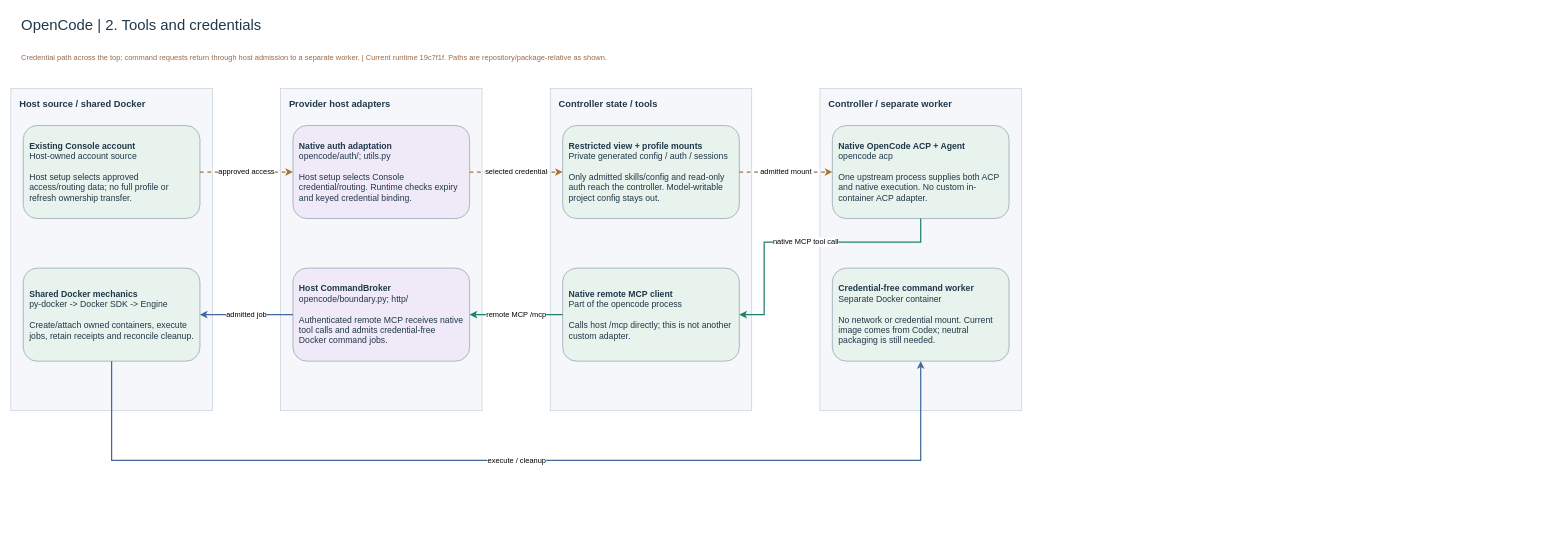
This is page "2. Tools and credentials" (2 of 3) of docs/features/agents/assets/provider-interactions/opencode-custom-code.drawio from amadou-6e/laomedo, a draw.io file, before an edit. Source tidied: cells renumbered, new cells numbered last; positions are measured from the earlier drawing's top-left corner, leaving out a move shared by most shapes. Both pictures are drawn from the tidied source at 62%, with x=0, y=0 at pixel (11, 11).
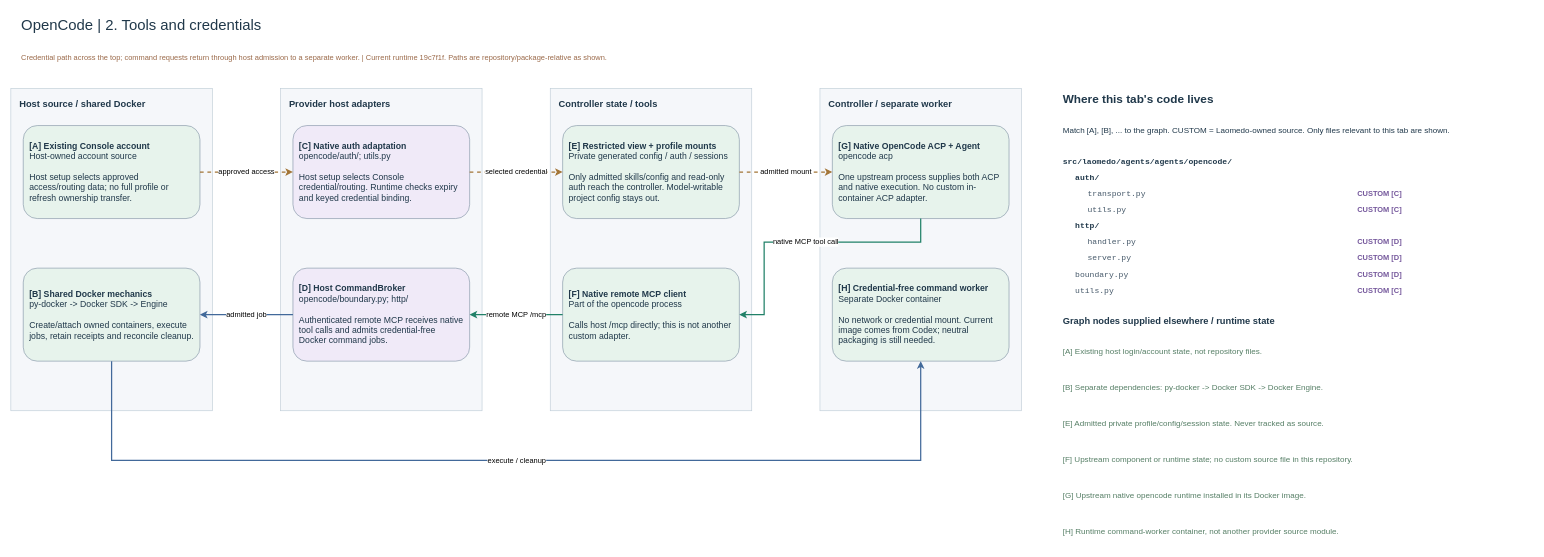
After the change.

The change refers to these unchanged cells:
```xml
<mxCell id="4" value="Host source / shared Docker" style="rounded=0;whiteSpace=wrap;html=1;resizeChildren=0;align=left;verticalAlign=top;spacingLeft=12;spacingTop=10;fillColor=#F5F7FA;strokeColor=#BDCBD6;fontColor=#20384A;fontSize=15;fontStyle=1;" parent="1" vertex="1">
  <mxGeometry y="125" width="325" height="520" as="geometry" />
</mxCell>
<mxCell id="7" value="Provider host adapters" style="rounded=0;whiteSpace=wrap;html=1;resizeChildren=0;align=left;verticalAlign=top;spacingLeft=12;spacingTop=10;fillColor=#F5F7FA;strokeColor=#BDCBD6;fontColor=#20384A;fontSize=15;fontStyle=1;" parent="1" vertex="1">
  <mxGeometry x="435" y="125" width="325" height="520" as="geometry" />
</mxCell>
<mxCell id="10" value="Controller state / tools" style="rounded=0;whiteSpace=wrap;html=1;resizeChildren=0;align=left;verticalAlign=top;spacingLeft=12;spacingTop=10;fillColor=#F5F7FA;strokeColor=#BDCBD6;fontColor=#20384A;fontSize=15;fontStyle=1;" parent="1" vertex="1">
  <mxGeometry x="870" y="125" width="325" height="520" as="geometry" />
</mxCell>
<mxCell id="13" value="Controller / separate worker" style="rounded=0;whiteSpace=wrap;html=1;resizeChildren=0;align=left;verticalAlign=top;spacingLeft=12;spacingTop=10;fillColor=#F5F7FA;strokeColor=#BDCBD6;fontColor=#20384A;fontSize=15;fontStyle=1;" parent="1" vertex="1">
  <mxGeometry x="1305" y="125" width="325" height="520" as="geometry" />
</mxCell>
```

The edit, as a diff of the source:
```diff
@@
-    <mxCell id="5" value="&lt;b&gt;Existing Console account&lt;/b&gt;&lt;br/&gt;Host-owned account source&lt;br/&gt;&lt;br/&gt;Host setup selects approved access/routing data; no full profile or refresh ownership transfer." style="shape=rectangle;rounded=1;whiteSpace=wrap;html=1;align=left;verticalAlign=middle;spacing=10;fillColor=#E7F3EC;strokeColor=#8193A5;fontColor=#20384A;fontSize=14;" parent="4" vertex="1">
+    <mxCell id="5" value="&lt;b&gt;[A] Existing Console account&lt;/b&gt;&lt;br/&gt;Host-owned account source&lt;br/&gt;&lt;br/&gt;Host setup selects approved access/routing data; no full profile or refresh ownership transfer." style="shape=rectangle;rounded=1;whiteSpace=wrap;html=1;align=left;verticalAlign=middle;spacing=10;fillColor=#E7F3EC;strokeColor=#8193A5;fontColor=#20384A;fontSize=14;" parent="4" vertex="1">
       <mxGeometry x="20" y="60" width="285" height="150" as="geometry" />
     </mxCell>
-    <mxCell id="6" value="&lt;b&gt;Shared Docker mechanics&lt;/b&gt;&lt;br/&gt;py-docker -&amp;gt; Docker SDK -&amp;gt; Engine&lt;br/&gt;&lt;br/&gt;Create/attach owned containers, execute jobs, retain receipts and reconcile cleanup." style="shape=rectangle;rounded=1;whiteSpace=wrap;html=1;align=left;verticalAlign=middle;spacing=10;fillColor=#E7F3EC;strokeColor=#8193A5;fontColor=#20384A;fontSize=14;" parent="4" vertex="1">
+    <mxCell id="6" value="&lt;b&gt;[B] Shared Docker mechanics&lt;/b&gt;&lt;br/&gt;py-docker -&amp;gt; Docker SDK -&amp;gt; Engine&lt;br/&gt;&lt;br/&gt;Create/attach owned containers, execute jobs, retain receipts and reconcile cleanup." style="shape=rectangle;rounded=1;whiteSpace=wrap;html=1;align=left;verticalAlign=middle;spacing=10;fillColor=#E7F3EC;strokeColor=#8193A5;fontColor=#20384A;fontSize=14;" parent="4" vertex="1">
       <mxGeometry x="20" y="290" width="285" height="150" as="geometry" />
     </mxCell>
@@
-    <mxCell id="8" value="&lt;b&gt;Native auth adaptation&lt;/b&gt;&lt;br/&gt;opencode/auth/; utils.py&lt;br/&gt;&lt;br/&gt;Host setup selects Console credential/routing. Runtime checks expiry and keyed credential binding." style="shape=rectangle;rounded=1;whiteSpace=wrap;html=1;align=left;verticalAlign=middle;spacing=10;fillColor=#F0EAF8;strokeColor=#8193A5;fontColor=#20384A;fontSize=14;" parent="7" vertex="1">
+    <mxCell id="8" value="&lt;b&gt;[C] Native auth adaptation&lt;/b&gt;&lt;br/&gt;opencode/auth/; utils.py&lt;br/&gt;&lt;br/&gt;Host setup selects Console credential/routing. Runtime checks expiry and keyed credential binding." style="shape=rectangle;rounded=1;whiteSpace=wrap;html=1;align=left;verticalAlign=middle;spacing=10;fillColor=#F0EAF8;strokeColor=#8193A5;fontColor=#20384A;fontSize=14;" parent="7" vertex="1">
       <mxGeometry x="20" y="60" width="285" height="150" as="geometry" />
     </mxCell>
-    <mxCell id="9" value="&lt;b&gt;Host CommandBroker&lt;/b&gt;&lt;br/&gt;opencode/boundary.py; http/&lt;br/&gt;&lt;br/&gt;Authenticated remote MCP receives native tool calls and admits credential-free Docker command jobs." style="shape=rectangle;rounded=1;whiteSpace=wrap;html=1;align=left;verticalAlign=middle;spacing=10;fillColor=#F0EAF8;strokeColor=#8193A5;fontColor=#20384A;fontSize=14;" parent="7" vertex="1">
+    <mxCell id="9" value="&lt;b&gt;[D] Host CommandBroker&lt;/b&gt;&lt;br/&gt;opencode/boundary.py; http/&lt;br/&gt;&lt;br/&gt;Authenticated remote MCP receives native tool calls and admits credential-free Docker command jobs." style="shape=rectangle;rounded=1;whiteSpace=wrap;html=1;align=left;verticalAlign=middle;spacing=10;fillColor=#F0EAF8;strokeColor=#8193A5;fontColor=#20384A;fontSize=14;" parent="7" vertex="1">
       <mxGeometry x="20" y="290" width="285" height="150" as="geometry" />
     </mxCell>
@@
-    <mxCell id="11" value="&lt;b&gt;Restricted view + profile mounts&lt;/b&gt;&lt;br/&gt;Private generated config / auth / sessions&lt;br/&gt;&lt;br/&gt;Only admitted skills/config and read-only auth reach the controller. Model-writable project config stays out." style="shape=rectangle;rounded=1;whiteSpace=wrap;html=1;align=left;verticalAlign=middle;spacing=10;fillColor=#E7F3EC;strokeColor=#8193A5;fontColor=#20384A;fontSize=14;" parent="10" vertex="1">
+    <mxCell id="11" value="&lt;b&gt;[E] Restricted view + profile mounts&lt;/b&gt;&lt;br/&gt;Private generated config / auth / sessions&lt;br/&gt;&lt;br/&gt;Only admitted skills/config and read-only auth reach the controller. Model-writable project config stays out." style="shape=rectangle;rounded=1;whiteSpace=wrap;html=1;align=left;verticalAlign=middle;spacing=10;fillColor=#E7F3EC;strokeColor=#8193A5;fontColor=#20384A;fontSize=14;" parent="10" vertex="1">
       <mxGeometry x="20" y="60" width="285" height="150" as="geometry" />
     </mxCell>
-    <mxCell id="12" value="&lt;b&gt;Native remote MCP client&lt;/b&gt;&lt;br/&gt;Part of the opencode process&lt;br/&gt;&lt;br/&gt;Calls host /mcp directly; this is not another custom adapter." style="shape=rectangle;rounded=1;whiteSpace=wrap;html=1;align=left;verticalAlign=middle;spacing=10;fillColor=#E7F3EC;strokeColor=#8193A5;fontColor=#20384A;fontSize=14;" parent="10" vertex="1">
+    <mxCell id="12" value="&lt;b&gt;[F] Native remote MCP client&lt;/b&gt;&lt;br/&gt;Part of the opencode process&lt;br/&gt;&lt;br/&gt;Calls host /mcp directly; this is not another custom adapter." style="shape=rectangle;rounded=1;whiteSpace=wrap;html=1;align=left;verticalAlign=middle;spacing=10;fillColor=#E7F3EC;strokeColor=#8193A5;fontColor=#20384A;fontSize=14;" parent="10" vertex="1">
       <mxGeometry x="20" y="290" width="285" height="150" as="geometry" />
     </mxCell>
@@
-    <mxCell id="14" value="&lt;b&gt;Native OpenCode ACP + Agent&lt;/b&gt;&lt;br/&gt;opencode acp&lt;br/&gt;&lt;br/&gt;One upstream process supplies both ACP and native execution. No custom in-container ACP adapter." style="shape=rectangle;rounded=1;whiteSpace=wrap;html=1;align=left;verticalAlign=middle;spacing=10;fillColor=#E7F3EC;strokeColor=#8193A5;fontColor=#20384A;fontSize=14;" parent="13" vertex="1">
+    <mxCell id="14" value="&lt;b&gt;[G] Native OpenCode ACP + Agent&lt;/b&gt;&lt;br/&gt;opencode acp&lt;br/&gt;&lt;br/&gt;One upstream process supplies both ACP and native execution. No custom in-container ACP adapter." style="shape=rectangle;rounded=1;whiteSpace=wrap;html=1;align=left;verticalAlign=middle;spacing=10;fillColor=#E7F3EC;strokeColor=#8193A5;fontColor=#20384A;fontSize=14;" parent="13" vertex="1">
       <mxGeometry x="20" y="60" width="285" height="150" as="geometry" />
     </mxCell>
-    <mxCell id="15" value="&lt;b&gt;Credential-free command worker&lt;/b&gt;&lt;br/&gt;Separate Docker container&lt;br/&gt;&lt;br/&gt;No network or credential mount. Current image comes from Codex; neutral packaging is still needed." style="shape=rectangle;rounded=1;whiteSpace=wrap;html=1;align=left;verticalAlign=middle;spacing=10;fillColor=#E7F3EC;strokeColor=#8193A5;fontColor=#20384A;fontSize=14;" parent="13" vertex="1">
+    <mxCell id="15" value="&lt;b&gt;[H] Credential-free command worker&lt;/b&gt;&lt;br/&gt;Separate Docker container&lt;br/&gt;&lt;br/&gt;No network or credential mount. Current image comes from Codex; neutral packaging is still needed." style="shape=rectangle;rounded=1;whiteSpace=wrap;html=1;align=left;verticalAlign=middle;spacing=10;fillColor=#E7F3EC;strokeColor=#8193A5;fontColor=#20384A;fontSize=14;" parent="13" vertex="1">
       <mxGeometry x="20" y="290" width="285" height="150" as="geometry" />
     </mxCell>
@@
+    <mxCell id="23" value="Where this tab&amp;#x27;s code lives" style="text;html=1;whiteSpace=wrap;align=left;verticalAlign=middle;strokeColor=none;fillColor=none;fontFamily=Arial;fontSize=19;fontColor=#20384A;fontStyle=1;" parent="1" vertex="1">
+      <mxGeometry x="1695" y="125" width="760" height="35" as="geometry" />
+    </mxCell>
+    <mxCell id="24" value="Match [A], [B], ... to the graph. CUSTOM = Laomedo-owned source. Only files relevant to this tab are shown." style="text;html=1;whiteSpace=wrap;align=left;verticalAlign=middle;strokeColor=none;fillColor=none;fontFamily=Arial;fontSize=13;fontColor=#20384A;fontStyle=0;" parent="1" vertex="1">
+      <mxGeometry x="1695" y="165" width="760" height="55" as="geometry" />
+    </mxCell>
+    <mxCell id="25" value="src/laomedo/agents/agents/opencode/" style="text;html=1;whiteSpace=wrap;align=left;verticalAlign=middle;strokeColor=none;fillColor=none;fontFamily=Consolas;fontSize=13;fontColor=#20384A;fontStyle=1;" parent="1" vertex="1">
+      <mxGeometry x="1695" y="230" width="465" height="25" as="geometry" />
+    </mxCell>
+    <mxCell id="26" value="auth/" style="text;html=1;whiteSpace=wrap;align=left;verticalAlign=middle;strokeColor=none;fillColor=none;fontFamily=Consolas;fontSize=13;fontColor=#20384A;fontStyle=1;" parent="1" vertex="1">
+      <mxGeometry x="1715" y="256" width="445" height="25" as="geometry" />
+    </mxCell>
+    <mxCell id="27" value="transport.py" style="text;html=1;whiteSpace=wrap;align=left;verticalAlign=middle;strokeColor=none;fillColor=none;fontFamily=Consolas;fontSize=13;fontColor=#455869;fontStyle=0;" parent="1" vertex="1">
+      <mxGeometry x="1735" y="282" width="425" height="25" as="geometry" />
+    </mxCell>
+    <mxCell id="28" value="CUSTOM  [C]" style="text;html=1;whiteSpace=wrap;align=left;verticalAlign=middle;strokeColor=none;fillColor=none;fontFamily=Arial;fontSize=12;fontColor=#75589C;fontStyle=1;" parent="1" vertex="1">
+      <mxGeometry x="2170" y="282" width="280" height="25" as="geometry" />
+    </mxCell>
+    <mxCell id="29" value="utils.py" style="text;html=1;whiteSpace=wrap;align=left;verticalAlign=middle;strokeColor=none;fillColor=none;fontFamily=Consolas;fontSize=13;fontColor=#455869;fontStyle=0;" parent="1" vertex="1">
+      <mxGeometry x="1735" y="308" width="425" height="25" as="geometry" />
+    </mxCell>
+    <mxCell id="30" value="CUSTOM  [C]" style="text;html=1;whiteSpace=wrap;align=left;verticalAlign=middle;strokeColor=none;fillColor=none;fontFamily=Arial;fontSize=12;fontColor=#75589C;fontStyle=1;" parent="1" vertex="1">
+      <mxGeometry x="2170" y="308" width="280" height="25" as="geometry" />
+    </mxCell>
+    <mxCell id="31" value="http/" style="text;html=1;whiteSpace=wrap;align=left;verticalAlign=middle;strokeColor=none;fillColor=none;fontFamily=Consolas;fontSize=13;fontColor=#20384A;fontStyle=1;" parent="1" vertex="1">
+      <mxGeometry x="1715" y="334" width="445" height="25" as="geometry" />
+    </mxCell>
+    <mxCell id="32" value="handler.py" style="text;html=1;whiteSpace=wrap;align=left;verticalAlign=middle;strokeColor=none;fillColor=none;fontFamily=Consolas;fontSize=13;fontColor=#455869;fontStyle=0;" parent="1" vertex="1">
+      <mxGeometry x="1735" y="360" width="425" height="25" as="geometry" />
+    </mxCell>
+    <mxCell id="33" value="CUSTOM  [D]" style="text;html=1;whiteSpace=wrap;align=left;verticalAlign=middle;strokeColor=none;fillColor=none;fontFamily=Arial;fontSize=12;fontColor=#75589C;fontStyle=1;" parent="1" vertex="1">
+      <mxGeometry x="2170" y="360" width="280" height="25" as="geometry" />
+    </mxCell>
+    <mxCell id="34" value="server.py" style="text;html=1;whiteSpace=wrap;align=left;verticalAlign=middle;strokeColor=none;fillColor=none;fontFamily=Consolas;fontSize=13;fontColor=#455869;fontStyle=0;" parent="1" vertex="1">
+      <mxGeometry x="1735" y="386" width="425" height="25" as="geometry" />
+    </mxCell>
+    <mxCell id="35" value="CUSTOM  [D]" style="text;html=1;whiteSpace=wrap;align=left;verticalAlign=middle;strokeColor=none;fillColor=none;fontFamily=Arial;fontSize=12;fontColor=#75589C;fontStyle=1;" parent="1" vertex="1">
+      <mxGeometry x="2170" y="386" width="280" height="25" as="geometry" />
+    </mxCell>
+    <mxCell id="36" value="boundary.py" style="text;html=1;whiteSpace=wrap;align=left;verticalAlign=middle;strokeColor=none;fillColor=none;fontFamily=Consolas;fontSize=13;fontColor=#455869;fontStyle=0;" parent="1" vertex="1">
+      <mxGeometry x="1715" y="412" width="445" height="25" as="geometry" />
+    </mxCell>
+    <mxCell id="37" value="CUSTOM  [D]" style="text;html=1;whiteSpace=wrap;align=left;verticalAlign=middle;strokeColor=none;fillColor=none;fontFamily=Arial;fontSize=12;fontColor=#75589C;fontStyle=1;" parent="1" vertex="1">
+      <mxGeometry x="2170" y="412" width="280" height="25" as="geometry" />
+    </mxCell>
+    <mxCell id="38" value="utils.py" style="text;html=1;whiteSpace=wrap;align=left;verticalAlign=middle;strokeColor=none;fillColor=none;fontFamily=Consolas;fontSize=13;fontColor=#455869;fontStyle=0;" parent="1" vertex="1">
+      <mxGeometry x="1715" y="438" width="445" height="25" as="geometry" />
+    </mxCell>
+    <mxCell id="39" value="CUSTOM  [C]" style="text;html=1;whiteSpace=wrap;align=left;verticalAlign=middle;strokeColor=none;fillColor=none;fontFamily=Arial;fontSize=12;fontColor=#75589C;fontStyle=1;" parent="1" vertex="1">
+      <mxGeometry x="2170" y="438" width="280" height="25" as="geometry" />
+    </mxCell>
+    <mxCell id="40" value="Graph nodes supplied elsewhere / runtime state" style="text;html=1;whiteSpace=wrap;align=left;verticalAlign=middle;strokeColor=none;fillColor=none;fontFamily=Arial;fontSize=15;fontColor=#20384A;fontStyle=1;" parent="1" vertex="1">
+      <mxGeometry x="1695" y="482" width="760" height="35" as="geometry" />
+    </mxCell>
+    <mxCell id="41" value="[A] Existing host login/account state, not repository files." style="text;html=1;whiteSpace=wrap;align=left;verticalAlign=middle;strokeColor=none;fillColor=none;fontFamily=Arial;fontSize=13;fontColor=#557E65;fontStyle=0;" parent="1" vertex="1">
+      <mxGeometry x="1695" y="522" width="760" height="53" as="geometry" />
+    </mxCell>
+    <mxCell id="42" value="[B] Separate dependencies: py-docker -&amp;gt; Docker SDK -&amp;gt; Docker Engine." style="text;html=1;whiteSpace=wrap;align=left;verticalAlign=middle;strokeColor=none;fillColor=none;fontFamily=Arial;fontSize=13;fontColor=#557E65;fontStyle=0;" parent="1" vertex="1">
+      <mxGeometry x="1695" y="580" width="760" height="53" as="geometry" />
+    </mxCell>
+    <mxCell id="43" value="[E] Admitted private profile/config/session state. Never tracked as source." style="text;html=1;whiteSpace=wrap;align=left;verticalAlign=middle;strokeColor=none;fillColor=none;fontFamily=Arial;fontSize=13;fontColor=#557E65;fontStyle=0;" parent="1" vertex="1">
+      <mxGeometry x="1695" y="638" width="760" height="53" as="geometry" />
+    </mxCell>
+    <mxCell id="44" value="[F] Upstream component or runtime state; no custom source file in this repository." style="text;html=1;whiteSpace=wrap;align=left;verticalAlign=middle;strokeColor=none;fillColor=none;fontFamily=Arial;fontSize=13;fontColor=#557E65;fontStyle=0;" parent="1" vertex="1">
+      <mxGeometry x="1695" y="696" width="760" height="53" as="geometry" />
+    </mxCell>
+    <mxCell id="45" value="[G] Upstream native opencode runtime installed in its Docker image." style="text;html=1;whiteSpace=wrap;align=left;verticalAlign=middle;strokeColor=none;fillColor=none;fontFamily=Arial;fontSize=13;fontColor=#557E65;fontStyle=0;" parent="1" vertex="1">
+      <mxGeometry x="1695" y="754" width="760" height="53" as="geometry" />
+    </mxCell>
+    <mxCell id="46" value="[H] Runtime command-worker container, not another provider source module." style="text;html=1;whiteSpace=wrap;align=left;verticalAlign=middle;strokeColor=none;fillColor=none;fontFamily=Arial;fontSize=13;fontColor=#557E65;fontStyle=0;" parent="1" vertex="1">
+      <mxGeometry x="1695" y="812" width="760" height="53" as="geometry" />
+    </mxCell>
```
